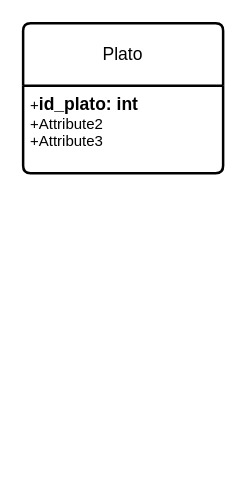
AsierGArranz/aga-sru-sa-t-UD12DiagramaER-11102023 keeps this draw.io diagram as ejercicio13.drawio. Above is the earlier version. Source tidied: cells renumbered, new cells numbered last; positions are measured from the earlier drawing's top-left corner, leaving out a move shared by most shapes. Both pictures are drawn from the tidied source at 125%, with x=0, y=0 at pixel (22, 22).
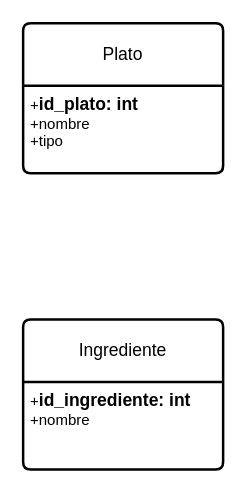
After the change.

Change to the diagram source:
```diff
@@
 <mxGraphModel>
   <root>
     <mxCell id="0" />
     <mxCell id="1" parent="0" />
     <mxCell id="2" value="Plato" style="swimlane;horizontal=1;startSize=50;rounded=1;fontSize=14;fontStyle=0;strokeWidth=2;shadow=0;dashed=0;align=center;arcSize=4;whiteSpace=wrap;html=1;" parent="1" vertex="1">
       <mxGeometry width="160" height="120" as="geometry" />
     </mxCell>
-    <mxCell id="3" value="+&lt;b&gt;&lt;font style=&quot;font-size: 14px;&quot;&gt;id_plato: int&lt;/font&gt;&lt;/b&gt;&lt;br&gt;+Attribute2&lt;br&gt;+Attribute3" style="align=left;strokeColor=none;fillColor=none;spacingLeft=4;fontSize=12;verticalAlign=top;html=1;" parent="2" vertex="1">
+    <mxCell id="3" value="+&lt;b&gt;&lt;font style=&quot;font-size: 14px;&quot;&gt;id_plato: int&lt;/font&gt;&lt;/b&gt;&lt;br&gt;+nombre&lt;br&gt;+tipo" style="align=left;strokeColor=none;fillColor=none;spacingLeft=4;fontSize=12;verticalAlign=top;html=1;" parent="2" vertex="1">
       <mxGeometry y="50" width="160" height="70" as="geometry" />
     </mxCell>
+    <mxCell id="4" value="Ingrediente" style="swimlane;horizontal=1;startSize=50;rounded=1;fontSize=14;fontStyle=0;strokeWidth=2;shadow=0;dashed=0;align=center;arcSize=4;whiteSpace=wrap;html=1;" parent="1" vertex="1">
+      <mxGeometry y="237" width="160" height="120" as="geometry" />
+    </mxCell>
+    <mxCell id="5" value="+&lt;b&gt;&lt;font style=&quot;font-size: 14px;&quot;&gt;id_ingrediente: int&lt;/font&gt;&lt;/b&gt;&lt;br&gt;+nombre" style="align=left;strokeColor=none;fillColor=none;spacingLeft=4;fontSize=12;verticalAlign=top;html=1;" parent="4" vertex="1">
+      <mxGeometry y="50" width="160" height="70" as="geometry" />
+    </mxCell>
   </root>
 </mxGraphModel>
```
